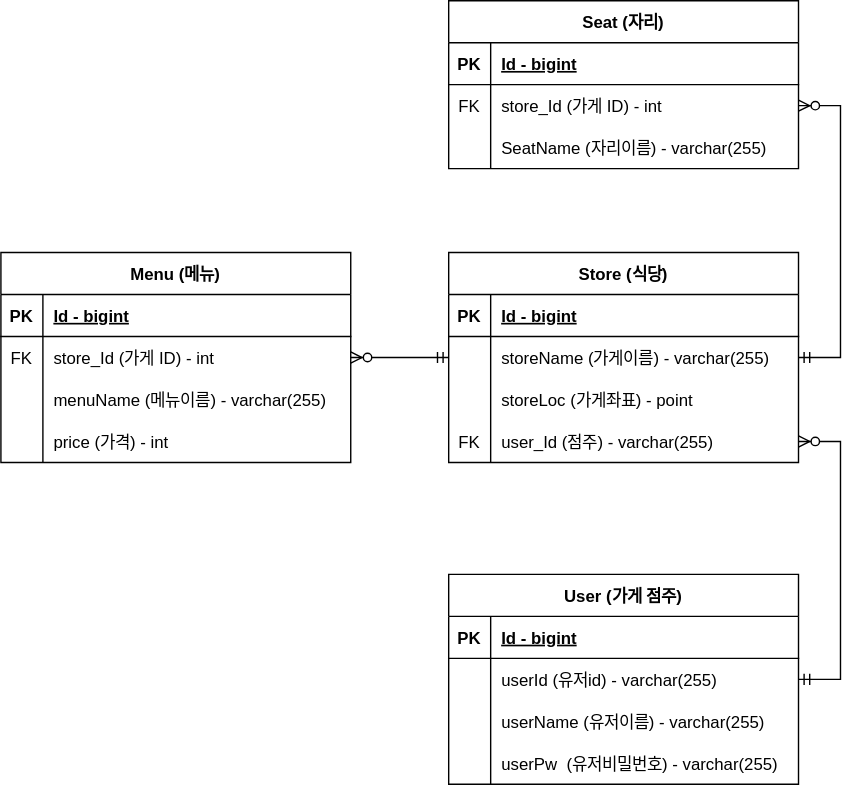
Earlier version of the draw.io export documents/jpos_qr_ERD.svg (JeonChanHyeok/Jpos). Source tidied: cells renumbered, new cells last; positions are measured from the earlier drawing's top-left corner, leaving out a move shared by most shapes.
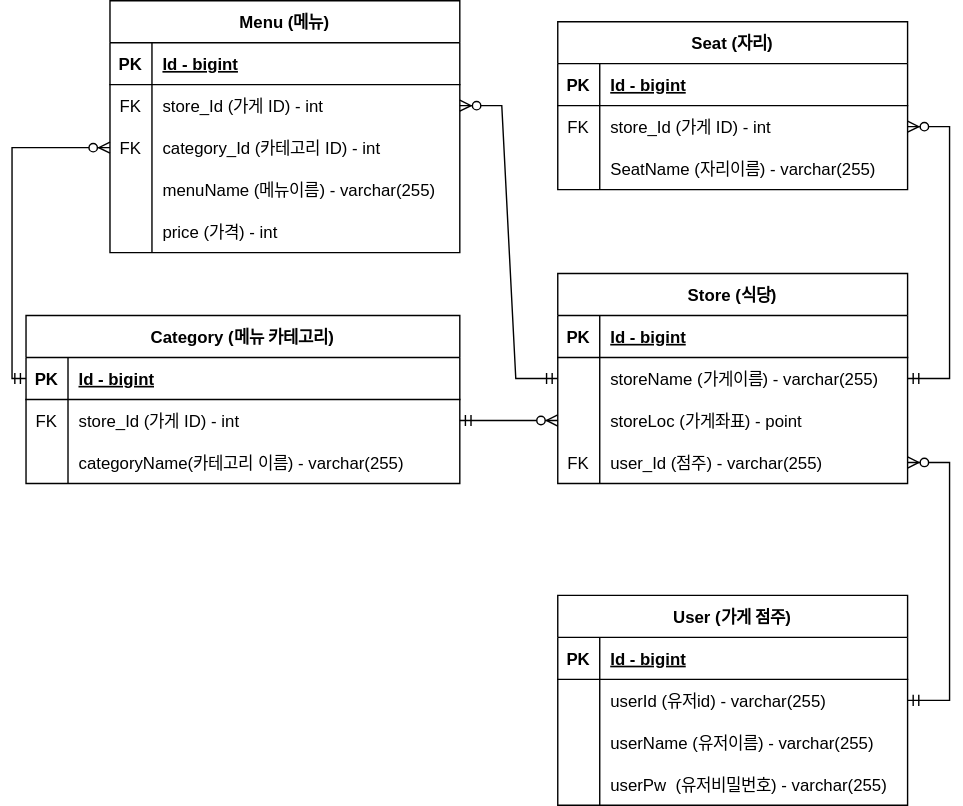
Above is the later version.

Commit message:
#11 - 메뉴의 카테고리 필요해 카테고리 도메인 추가 및 erd 작성

The edit, as a diff of the source:
```diff
@@ -42,7 +42,7 @@
       <mxGeometry x="30" width="220" height="30" as="geometry" />
     </mxCell>
     <mxCell id="15" value="Menu (메뉴)" style="shape=table;startSize=30;rowLines=0;fontStyle=1;align=center;" parent="1" vertex="1">
-      <mxGeometry y="180" width="250" height="150" as="geometry" />
+      <mxGeometry y="-15" width="250" height="180" as="geometry" />
     </mxCell>
     <mxCell id="16" style="shape=partialRectangle;fillColor=none;top=0;left=0;right=0;bottom=1;" parent="15" vertex="1">
       <mxGeometry y="30" width="250" height="30" as="geometry" />
@@ -53,17 +53,26 @@
     <mxCell id="18" value="Id - bigint" style="shape=partialRectangle;overflow=hidden;fillColor=none;top=0;left=0;bottom=0;right=0;align=left;spacingLeft=6;fontStyle=5;" parent="16" vertex="1">
       <mxGeometry x="30" width="220" height="30" as="geometry" />
     </mxCell>
+    <mxCell id="54" style="shape=partialRectangle;fillColor=none;points=[[0,0.5],[1,0.5]];portConstraint=eastwest;top=0;left=0;right=0;bottom=0;" parent="15" vertex="1">
+      <mxGeometry y="60" width="250" height="30" as="geometry" />
+    </mxCell>
+    <mxCell id="55" value="FK" style="shape=partialRectangle;overflow=hidden;fillColor=none;top=0;left=0;bottom=0;right=0;" parent="54" vertex="1">
+      <mxGeometry width="30" height="30" as="geometry" />
+    </mxCell>
+    <mxCell id="56" value="store_Id (가게 ID) - int" style="shape=partialRectangle;overflow=hidden;fillColor=none;top=0;left=0;bottom=0;right=0;align=left;spacingLeft=6;" parent="54" vertex="1">
+      <mxGeometry x="30" width="220" height="30" as="geometry" />
+    </mxCell>
     <mxCell id="19" style="shape=partialRectangle;fillColor=none;points=[[0,0.5],[1,0.5]];portConstraint=eastwest;top=0;left=0;right=0;bottom=0;" parent="15" vertex="1">
-      <mxGeometry y="60" width="250" height="30" as="geometry" />
+      <mxGeometry y="90" width="250" height="30" as="geometry" />
     </mxCell>
     <mxCell id="20" value="FK" style="shape=partialRectangle;overflow=hidden;fillColor=none;top=0;left=0;bottom=0;right=0;" parent="19" vertex="1">
       <mxGeometry width="30" height="30" as="geometry" />
     </mxCell>
-    <mxCell id="21" value="store_Id (가게 ID) - int" style="shape=partialRectangle;overflow=hidden;fillColor=none;top=0;left=0;bottom=0;right=0;align=left;spacingLeft=6;" parent="19" vertex="1">
+    <mxCell id="21" value="category_Id (카테고리 ID) - int" style="shape=partialRectangle;overflow=hidden;fillColor=none;top=0;left=0;bottom=0;right=0;align=left;spacingLeft=6;" parent="19" vertex="1">
       <mxGeometry x="30" width="220" height="30" as="geometry" />
     </mxCell>
     <mxCell id="22" style="shape=partialRectangle;fillColor=none;top=0;left=0;right=0;bottom=0;" parent="15" vertex="1">
-      <mxGeometry y="90" width="250" height="30" as="geometry" />
+      <mxGeometry y="120" width="250" height="30" as="geometry" />
     </mxCell>
     <mxCell id="23" style="shape=partialRectangle;overflow=hidden;fillColor=none;top=0;left=0;bottom=0;right=0;" parent="22" vertex="1">
       <mxGeometry width="30" height="30" as="geometry" />
@@ -72,7 +81,7 @@
       <mxGeometry x="30" width="220" height="30" as="geometry" />
     </mxCell>
     <mxCell id="25" style="shape=partialRectangle;fillColor=none;top=0;left=0;right=0;bottom=0;" parent="15" vertex="1">
-      <mxGeometry y="120" width="250" height="30" as="geometry" />
+      <mxGeometry y="150" width="250" height="30" as="geometry" />
     </mxCell>
     <mxCell id="26" style="shape=partialRectangle;overflow=hidden;fillColor=none;top=0;left=0;bottom=0;right=0;" parent="25" vertex="1">
       <mxGeometry width="30" height="30" as="geometry" />
@@ -152,11 +161,47 @@
     <mxCell id="51" style="edgeStyle=entityRelationEdgeStyle;fontSize=12;html=1;endArrow=ERzeroToMany;startArrow=ERmandOne;rounded=0;exitX=1;exitY=0.5;exitDx=0;exitDy=0;entryX=1;entryY=0.5;entryDx=0;entryDy=0;" parent="1" edge="1" source="32" target="12">
       <mxGeometry relative="1" as="geometry" />
     </mxCell>
-    <mxCell id="52" style="edgeStyle=entityRelationEdgeStyle;fontSize=12;html=1;endArrow=ERzeroToMany;startArrow=ERmandOne;rounded=0;exitX=0;exitY=0.5;exitDx=0;exitDy=0;entryX=1;entryY=0.5;entryDx=0;entryDy=0;" parent="1" edge="1" source="6" target="19">
+    <mxCell id="52" style="edgeStyle=entityRelationEdgeStyle;fontSize=12;html=1;endArrow=ERzeroToMany;startArrow=ERmandOne;rounded=0;exitX=0;exitY=0.5;exitDx=0;exitDy=0;entryX=1;entryY=0.5;entryDx=0;entryDy=0;" parent="1" edge="1" source="6" target="54">
       <mxGeometry relative="1" as="geometry" />
     </mxCell>
     <mxCell id="53" style="edgeStyle=entityRelationEdgeStyle;fontSize=12;html=1;endArrow=ERzeroToMany;startArrow=ERmandOne;rounded=0;exitX=1;exitY=0.5;exitDx=0;exitDy=0;entryX=1;entryY=0.5;entryDx=0;entryDy=0;" parent="1" edge="1" source="6" target="45">
       <mxGeometry relative="1" as="geometry" />
     </mxCell>
+    <mxCell id="57" value="Category (메뉴 카테고리)" style="shape=table;startSize=30;rowLines=0;fontStyle=1;align=center;" parent="1" vertex="1">
+      <mxGeometry x="-60" y="210" width="310" height="120" as="geometry" />
+    </mxCell>
+    <mxCell id="58" style="shape=partialRectangle;fillColor=none;points=[[0,0.5],[1,0.5]];portConstraint=eastwest;top=0;left=0;right=0;bottom=1;" parent="57" vertex="1">
+      <mxGeometry y="30" width="310" height="30" as="geometry" />
+    </mxCell>
+    <mxCell id="59" value="PK" style="shape=partialRectangle;overflow=hidden;fillColor=none;top=0;left=0;bottom=0;right=0;fontStyle=1;" parent="58" vertex="1">
+      <mxGeometry width="30" height="30" as="geometry" />
+    </mxCell>
+    <mxCell id="60" value="Id - bigint" style="shape=partialRectangle;overflow=hidden;fillColor=none;top=0;left=0;bottom=0;right=0;align=left;spacingLeft=6;fontStyle=5;" parent="58" vertex="1">
+      <mxGeometry x="30" width="280" height="30" as="geometry" />
+    </mxCell>
+    <mxCell id="61" style="shape=partialRectangle;fillColor=none;points=[[0,0.5],[1,0.5]];portConstraint=eastwest;top=0;left=0;right=0;bottom=0;" parent="57" vertex="1">
+      <mxGeometry y="60" width="310" height="30" as="geometry" />
+    </mxCell>
+    <mxCell id="62" value="FK" style="shape=partialRectangle;overflow=hidden;fillColor=none;top=0;left=0;bottom=0;right=0;" parent="61" vertex="1">
+      <mxGeometry width="30" height="30" as="geometry" />
+    </mxCell>
+    <mxCell id="63" value="store_Id (가게 ID) - int" style="shape=partialRectangle;overflow=hidden;fillColor=none;top=0;left=0;bottom=0;right=0;align=left;spacingLeft=6;" parent="61" vertex="1">
+      <mxGeometry x="30" width="280" height="30" as="geometry" />
+    </mxCell>
+    <mxCell id="64" style="shape=partialRectangle;fillColor=none;top=0;left=0;right=0;bottom=0;" parent="57" vertex="1">
+      <mxGeometry y="90" width="310" height="30" as="geometry" />
+    </mxCell>
+    <mxCell id="65" style="shape=partialRectangle;overflow=hidden;fillColor=none;top=0;left=0;bottom=0;right=0;" parent="64" vertex="1">
+      <mxGeometry width="30" height="30" as="geometry" />
+    </mxCell>
+    <mxCell id="66" value="categoryName(카테고리 이름) - varchar(255)" style="shape=partialRectangle;overflow=hidden;fillColor=none;top=0;left=0;bottom=0;right=0;align=left;spacingLeft=6;" parent="64" vertex="1">
+      <mxGeometry x="30" width="280" height="30" as="geometry" />
+    </mxCell>
+    <mxCell id="67" style="edgeStyle=entityRelationEdgeStyle;fontSize=12;html=1;endArrow=ERzeroToMany;startArrow=ERmandOne;rounded=0;exitX=1;exitY=0.5;exitDx=0;exitDy=0;entryX=0;entryY=0.5;entryDx=0;entryDy=0;" parent="1" edge="1" source="61" target="9">
+      <mxGeometry relative="1" as="geometry" />
+    </mxCell>
+    <mxCell id="68" style="edgeStyle=orthogonalEdgeStyle;fontSize=12;html=1;endArrow=ERzeroToMany;startArrow=ERmandOne;rounded=0;entryX=0;entryY=0.5;entryDx=0;entryDy=0;exitX=0;exitY=0.5;exitDx=0;exitDy=0;" parent="1" edge="1" source="58" target="19">
+      <mxGeometry relative="1" as="geometry" />
+    </mxCell>
   </root>
 </mxGraphModel>
```
